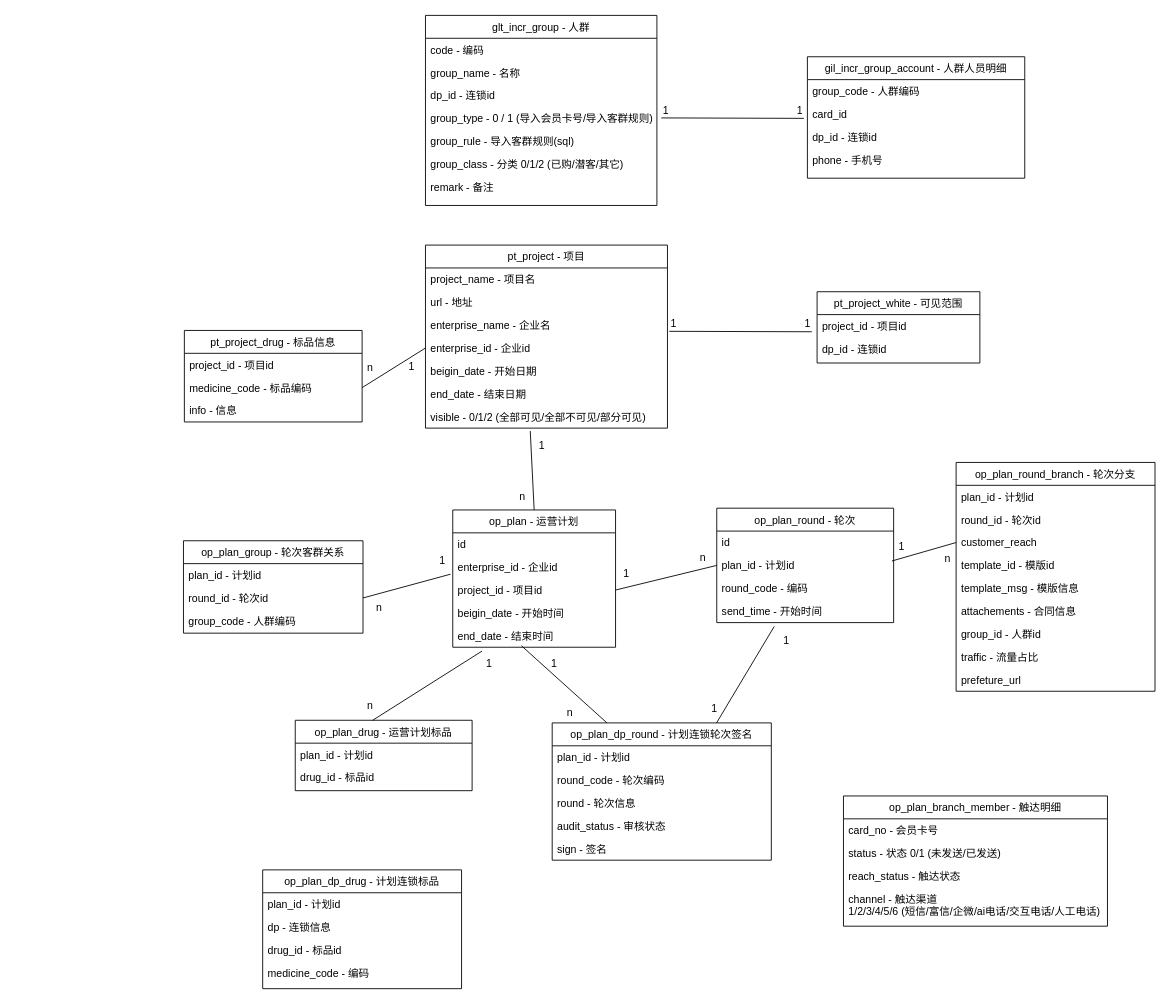
moliwqf/draw_resp keeps this draw.io diagram as 增健康-类图.drawio. Above is the earlier version. Source tidied: cells renumbered, new cells numbered last; positions are measured from the earlier drawing's top-left corner, leaving out a move shared by most shapes. Both pictures are drawn from the tidied source at 88%, with x=0, y=0 at pixel (183, 15).
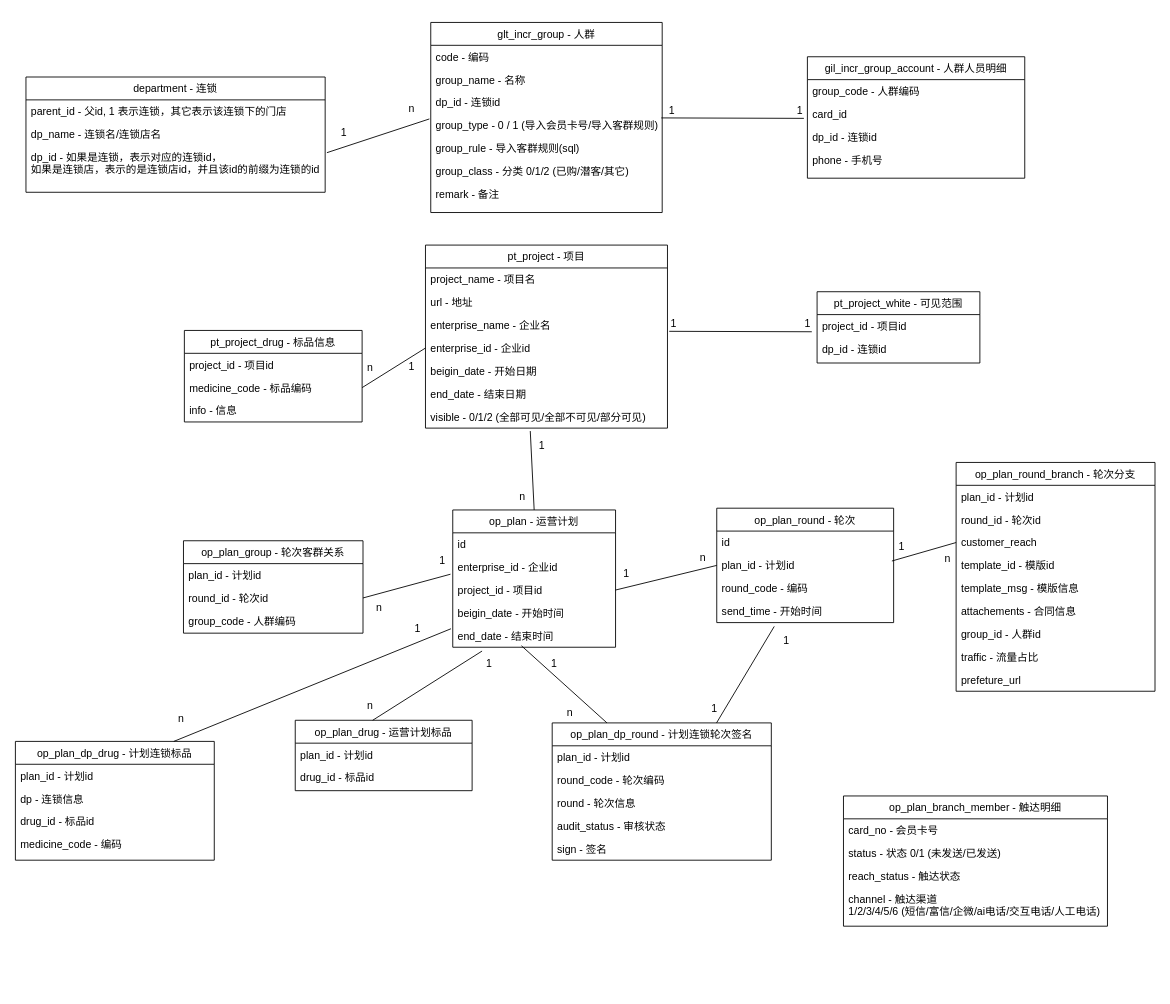
The same diagram, later.

Commit message (it also covers changes not shown here):
更新增健康-类图.drawio

Unchanged cells that the change refers to:
```xml
<mxCell id="6" value="group_type - 0 / 1 (导入会员卡号/导入客群规则)" style="text;align=left;verticalAlign=top;spacingLeft=4;spacingRight=4;overflow=hidden;points=[[0,0.5],[1,0.5]];portConstraint=eastwest;rounded=0;shadow=0;html=0;textShadow=0;" parent="2" vertex="1">
  <mxGeometry y="104" width="263" height="26" as="geometry" />
</mxCell>
<mxCell id="35" value="end_date - 结束时间" style="text;align=left;verticalAlign=top;spacingLeft=4;spacingRight=4;overflow=hidden;points=[[0,0.5],[1,0.5]];portConstraint=eastwest;rounded=0;shadow=0;html=0;" parent="30" vertex="1">
  <mxGeometry y="130" width="185" height="26" as="geometry" />
</mxCell>
<mxCell id="74" style="endArrow=none;html=1;rounded=0;" parent="1" edge="1">
  <mxGeometry relative="1" as="geometry">
    <mxPoint x="543" y="116.5" as="sourcePoint" />
    <mxPoint x="705" y="117" as="targetPoint" />
  </mxGeometry>
</mxCell>
```

What changed in the source:
```diff
@@
     <mxCell id="2" value="glt_incr_group - 人群" style="swimlane;fontStyle=0;align=center;verticalAlign=top;horizontal=1;startSize=26;rounded=0;shadow=0;strokeWidth=1;" parent="1" vertex="1">
-      <mxGeometry x="275" width="263" height="216" as="geometry" />
+      <mxGeometry x="281" y="8" width="263" height="216" as="geometry" />
     </mxCell>
@@
     <mxCell id="58" value="op_plan_dp_drug - 计划连锁标品" style="swimlane;fontStyle=0;align=center;verticalAlign=top;horizontal=1;startSize=26;rounded=0;shadow=0;strokeWidth=1;" parent="1" vertex="1">
-      <mxGeometry x="90" y="971" width="226" height="135" as="geometry" />
+      <mxGeometry x="-191" y="825" width="226" height="135" as="geometry" />
     </mxCell>
@@
     <mxCell id="75" value="1" style="html=1;whiteSpace=wrap;align=left;verticalAlign=bottom;" parent="74" vertex="1">
-      <mxGeometry x="-1" relative="1" as="geometry" />
+      <mxGeometry x="-1" relative="1" as="geometry">
+        <mxPoint x="7" as="offset" />
+      </mxGeometry>
     </mxCell>
@@
+    <mxCell id="116" value="department - 连锁" style="swimlane;fontStyle=0;align=center;verticalAlign=top;horizontal=1;startSize=26;rounded=0;shadow=0;strokeWidth=1;" parent="1" vertex="1">
+      <mxGeometry x="-179" y="70" width="340" height="131" as="geometry" />
+    </mxCell>
+    <mxCell id="117" value="parent_id - 父id, 1 表示连锁，其它表示该连锁下的门店" style="text;align=left;verticalAlign=top;spacingLeft=4;spacingRight=4;overflow=hidden;" parent="116" vertex="1">
+      <mxGeometry y="26" width="340" height="26" as="geometry" />
+    </mxCell>
+    <mxCell id="118" value="dp_name - 连锁名/连锁店名" style="text;align=left;verticalAlign=top;spacingLeft=4;spacingRight=4;overflow=hidden;rounded=0;shadow=0;html=0;" parent="116" vertex="1">
+      <mxGeometry y="52" width="340" height="26" as="geometry" />
+    </mxCell>
+    <mxCell id="119" value="dp_id - 如果是连锁，表示对应的连锁id，&#10;如果是连锁店，表示的是连锁店id，并且该id的前缀为连锁的id" style="text;align=left;verticalAlign=top;spacingLeft=4;spacingRight=4;overflow=hidden;rounded=0;shadow=0;html=0;" parent="116" vertex="1">
+      <mxGeometry y="78" width="340" height="37" as="geometry" />
+    </mxCell>
+    <mxCell id="120" style="endArrow=none;html=1;rounded=0;entryX=-0.011;entryY=0.192;entryDx=0;entryDy=0;entryPerimeter=0;" parent="1" edge="1" target="35">
+      <mxGeometry relative="1" as="geometry">
+        <mxPoint x="-11" y="825" as="sourcePoint" />
+      </mxGeometry>
+    </mxCell>
+    <mxCell id="121" value="n" style="text;html=1;align=center;verticalAlign=middle;strokeColor=none;fillColor=none;" parent="1" vertex="1">
+      <mxGeometry x="-16" y="786" width="25" height="26" as="geometry" />
+    </mxCell>
+    <mxCell id="122" value="1" style="text;html=1;align=center;verticalAlign=middle;strokeColor=none;fillColor=none;" parent="1" vertex="1">
+      <mxGeometry x="253" y="684" width="25" height="26" as="geometry" />
+    </mxCell>
+    <mxCell id="123" style="endArrow=none;html=1;rounded=0;entryX=-0.006;entryY=0.218;entryDx=0;entryDy=0;entryPerimeter=0;" parent="1" edge="1" target="6">
+      <mxGeometry relative="1" as="geometry">
+        <mxPoint x="163" y="156" as="sourcePoint" />
+      </mxGeometry>
+    </mxCell>
+    <mxCell id="124" value="1" style="text;html=1;align=center;verticalAlign=middle;strokeColor=none;fillColor=none;" parent="1" vertex="1">
+      <mxGeometry x="169" y="121" width="25" height="26" as="geometry" />
+    </mxCell>
+    <mxCell id="125" value="n" style="text;html=1;align=center;verticalAlign=middle;strokeColor=none;fillColor=none;" parent="1" vertex="1">
+      <mxGeometry x="246" y="93" width="25" height="26" as="geometry" />
+    </mxCell>
```
